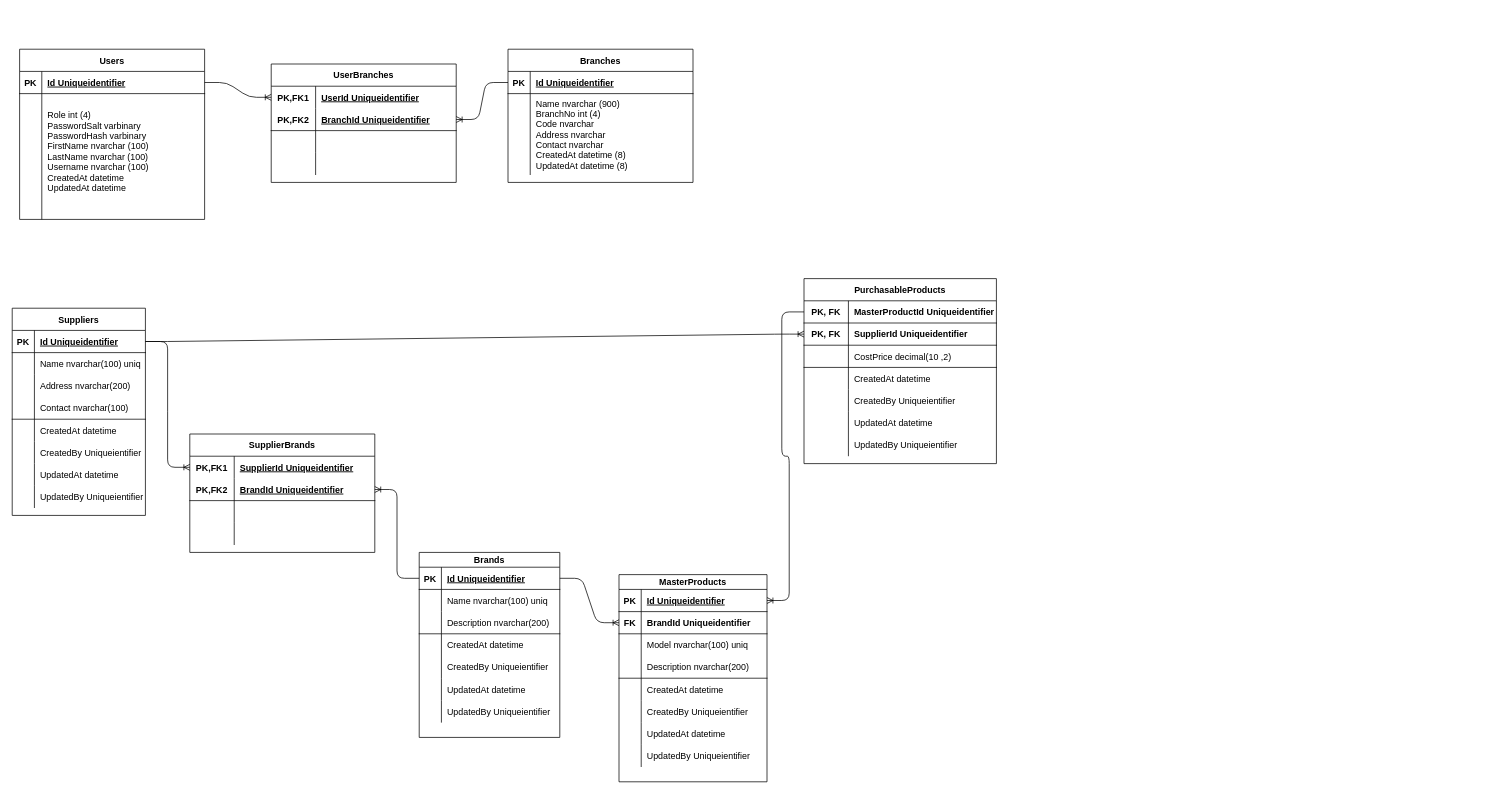
inyormanjr/CA.ERP keeps this draw.io diagram as diagrams/Database Diagram.drawio. Above is the earlier version. Source tidied: cells renumbered, new cells numbered last; positions are measured from the earlier drawing's top-left corner, leaving out a move shared by most shapes. Both pictures are drawn from the tidied source at 74%, with x=0, y=0 at pixel (12, 49).
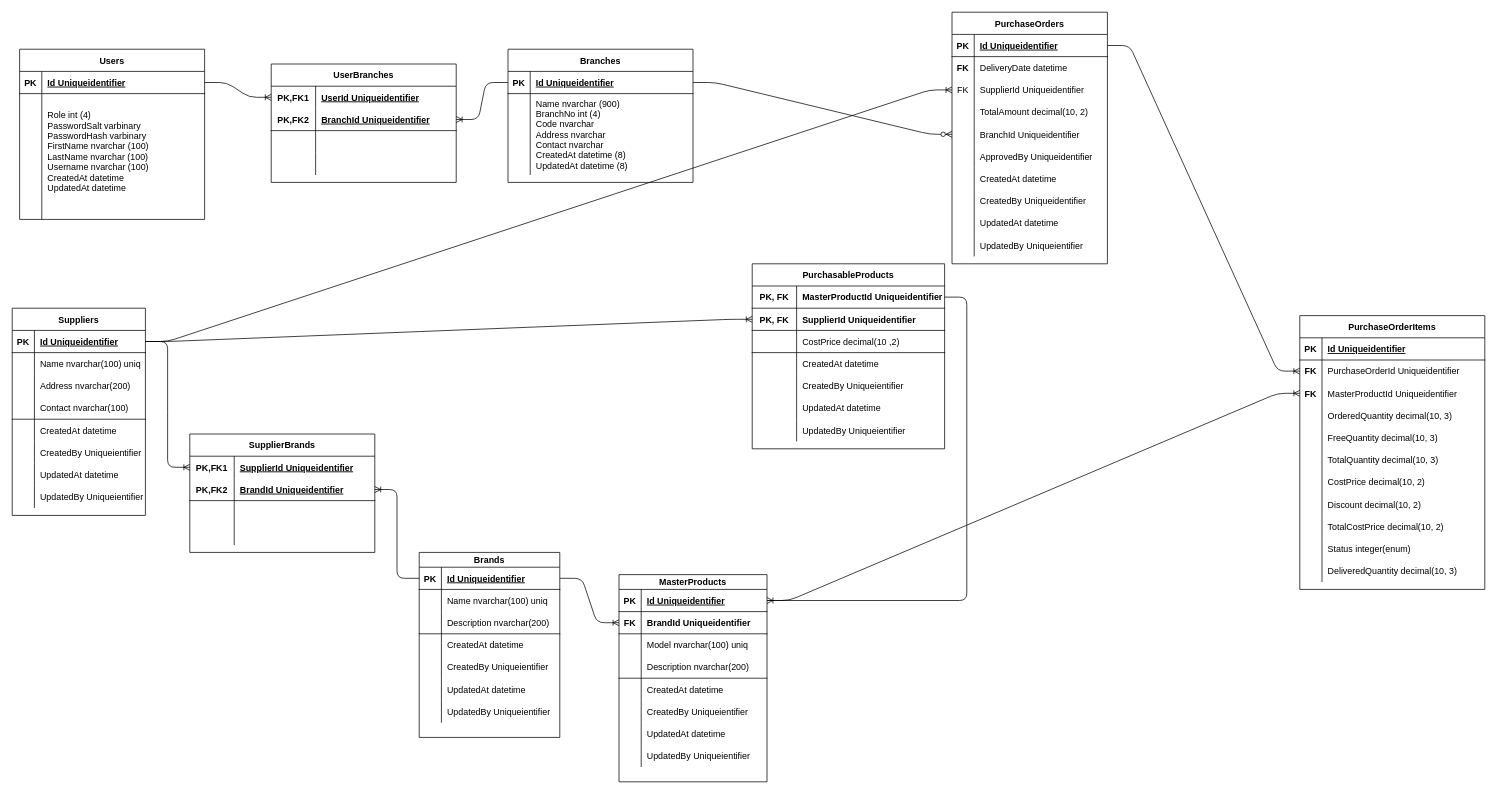
After the change.

Unchanged cells that the change refers to:
```xml
<mxCell id="3" style="shape=partialRectangle;fillColor=none;points=[[0,0.5],[1,0.5]];portConstraint=eastwest;top=0;left=0;right=0;bottom=1;" parent="2" vertex="1">
  <mxGeometry y="30" width="250" height="30" as="geometry" />
</mxCell>
<mxCell id="32" style="shape=partialRectangle;fillColor=none;top=0;left=0;bottom=1;right=0;points=[[0,0.5],[1,0.5]];portConstraint=eastwest;" parent="31" vertex="1">
  <mxGeometry y="30" width="180" height="30" as="geometry" />
</mxCell>
<mxCell id="117" style="shape=partialRectangle;fillColor=none;top=0;left=0;bottom=1;right=0;points=[[0,0.5],[1,0.5]];portConstraint=eastwest;" parent="116" vertex="1">
  <mxGeometry y="20" width="200" height="30" as="geometry" />
</mxCell>
```

Diff of the diagram source:
```diff
@@
     <mxCell id="78" value="PurchasableProducts" style="shape=table;startSize=30;childLayout=tableLayout;rowLines=0;fontStyle=1;align=center;" parent="1" vertex="1">
-      <mxGeometry x="1070" y="310" width="260" height="250" as="geometry" />
+      <mxGeometry x="1000" y="290" width="260" height="250" as="geometry" />
     </mxCell>
@@
+    <mxCell id="143" value="PurchaseOrders" style="shape=table;startSize=30;childLayout=tableLayout;rowLines=0;fontStyle=1;align=center;" parent="1" vertex="1">
+      <mxGeometry x="1270" y="-50" width="210" height="340" as="geometry" />
+    </mxCell>
+    <mxCell id="144" style="shape=partialRectangle;fillColor=none;top=0;left=0;bottom=1;right=0;points=[[0,0.5],[1,0.5]];portConstraint=eastwest;" parent="143" vertex="1">
+      <mxGeometry y="30" width="210" height="30" as="geometry" />
+    </mxCell>
+    <mxCell id="145" value="PK" style="shape=partialRectangle;fillColor=none;top=0;left=0;bottom=0;right=0;fontStyle=1;overflow=hidden;" parent="144" vertex="1">
+      <mxGeometry width="30" height="30" as="geometry" />
+    </mxCell>
+    <mxCell id="146" value="Id Uniqueidentifier" style="shape=partialRectangle;fillColor=none;top=0;left=0;bottom=0;right=0;align=left;spacingLeft=6;fontStyle=5;overflow=hidden;" parent="144" vertex="1">
+      <mxGeometry x="30" width="180" height="30" as="geometry" />
+    </mxCell>
+    <mxCell id="147" style="shape=partialRectangle;fillColor=none;top=0;left=0;bottom=0;right=0;" parent="143" vertex="1">
+      <mxGeometry y="60" width="210" height="30" as="geometry" />
+    </mxCell>
+    <mxCell id="148" value="FK" style="shape=partialRectangle;fillColor=none;top=0;left=0;bottom=0;right=0;overflow=hidden;fontStyle=1;" parent="147" vertex="1">
+      <mxGeometry width="30" height="30" as="geometry" />
+    </mxCell>
+    <mxCell id="149" value="DeliveryDate datetime" style="shape=partialRectangle;fillColor=none;top=0;left=0;bottom=0;right=0;align=left;spacingLeft=6;overflow=hidden;" parent="147" vertex="1">
+      <mxGeometry x="30" width="180" height="30" as="geometry" />
+    </mxCell>
+    <mxCell id="150" style="shape=partialRectangle;fillColor=none;top=0;left=0;bottom=0;right=0;points=[[0,0.5],[1,0.5]];portConstraint=eastwest;" parent="143" vertex="1">
+      <mxGeometry y="90" width="210" height="30" as="geometry" />
+    </mxCell>
+    <mxCell id="151" value="FK" style="shape=partialRectangle;fillColor=none;top=0;left=0;bottom=0;right=0;overflow=hidden;" parent="150" vertex="1">
+      <mxGeometry width="30" height="30" as="geometry" />
+    </mxCell>
+    <mxCell id="152" value="SupplierId Uniqueidentifier" style="shape=partialRectangle;fillColor=none;top=0;left=0;bottom=0;right=0;align=left;spacingLeft=6;overflow=hidden;" parent="150" vertex="1">
+      <mxGeometry x="30" width="180" height="30" as="geometry" />
+    </mxCell>
+    <mxCell id="153" style="shape=partialRectangle;fillColor=none;top=0;left=0;bottom=0;right=0;" parent="143" vertex="1">
+      <mxGeometry y="120" width="210" height="30" as="geometry" />
+    </mxCell>
+    <mxCell id="154" style="shape=partialRectangle;fillColor=none;top=0;left=0;bottom=0;right=0;overflow=hidden;" parent="153" vertex="1">
+      <mxGeometry width="30" height="30" as="geometry" />
+    </mxCell>
+    <mxCell id="155" value="TotalAmount decimal(10, 2)" style="shape=partialRectangle;fillColor=none;top=0;left=0;bottom=0;right=0;align=left;spacingLeft=6;overflow=hidden;" parent="153" vertex="1">
+      <mxGeometry x="30" width="180" height="30" as="geometry" />
+    </mxCell>
+    <mxCell id="156" style="shape=partialRectangle;fillColor=none;top=0;left=0;bottom=0;right=0;points=[[0,0.5],[1,0.5]];portConstraint=eastwest;" parent="143" vertex="1">
+      <mxGeometry y="150" width="210" height="30" as="geometry" />
+    </mxCell>
+    <mxCell id="157" style="shape=partialRectangle;fillColor=none;top=0;left=0;bottom=0;right=0;overflow=hidden;" parent="156" vertex="1">
+      <mxGeometry width="30" height="30" as="geometry" />
+    </mxCell>
+    <mxCell id="158" value="BranchId Uniqueidentifier" style="shape=partialRectangle;fillColor=none;top=0;left=0;bottom=0;right=0;align=left;spacingLeft=6;overflow=hidden;" parent="156" vertex="1">
+      <mxGeometry x="30" width="180" height="30" as="geometry" />
+    </mxCell>
+    <mxCell id="159" style="shape=partialRectangle;fillColor=none;top=0;left=0;bottom=0;right=0;" parent="143" vertex="1">
+      <mxGeometry y="180" width="210" height="30" as="geometry" />
+    </mxCell>
+    <mxCell id="160" style="shape=partialRectangle;fillColor=none;top=0;left=0;bottom=0;right=0;overflow=hidden;" parent="159" vertex="1">
+      <mxGeometry width="30" height="30" as="geometry" />
+    </mxCell>
+    <mxCell id="161" value="ApprovedBy Uniqueidentifier" style="shape=partialRectangle;fillColor=none;top=0;left=0;bottom=0;right=0;align=left;spacingLeft=6;overflow=hidden;" parent="159" vertex="1">
+      <mxGeometry x="30" width="180" height="30" as="geometry" />
+    </mxCell>
+    <mxCell id="162" style="shape=partialRectangle;fillColor=none;top=0;left=0;bottom=0;right=0;" parent="143" vertex="1">
+      <mxGeometry y="210" width="210" height="30" as="geometry" />
+    </mxCell>
+    <mxCell id="163" style="shape=partialRectangle;fillColor=none;top=0;left=0;bottom=0;right=0;overflow=hidden;" parent="162" vertex="1">
+      <mxGeometry width="30" height="30" as="geometry" />
+    </mxCell>
+    <mxCell id="164" value="CreatedAt datetime" style="shape=partialRectangle;fillColor=none;top=0;left=0;bottom=0;right=0;align=left;spacingLeft=6;overflow=hidden;" parent="162" vertex="1">
+      <mxGeometry x="30" width="180" height="30" as="geometry" />
+    </mxCell>
+    <mxCell id="165" style="shape=partialRectangle;fillColor=none;top=0;left=0;bottom=0;right=0;" parent="143" vertex="1">
+      <mxGeometry y="240" width="210" height="30" as="geometry" />
+    </mxCell>
+    <mxCell id="166" style="shape=partialRectangle;fillColor=none;top=0;left=0;bottom=0;right=0;overflow=hidden;" parent="165" vertex="1">
+      <mxGeometry width="30" height="30" as="geometry" />
+    </mxCell>
+    <mxCell id="167" value="CreatedBy Uniqueidentifier" style="shape=partialRectangle;fillColor=none;top=0;left=0;bottom=0;right=0;align=left;spacingLeft=6;overflow=hidden;" parent="165" vertex="1">
+      <mxGeometry x="30" width="180" height="30" as="geometry" />
+    </mxCell>
+    <mxCell id="168" style="shape=partialRectangle;fillColor=none;top=0;left=0;bottom=0;right=0;" parent="143" vertex="1">
+      <mxGeometry y="270" width="210" height="30" as="geometry" />
+    </mxCell>
+    <mxCell id="169" style="shape=partialRectangle;fillColor=none;top=0;left=0;bottom=0;right=0;overflow=hidden;" parent="168" vertex="1">
+      <mxGeometry width="30" height="30" as="geometry" />
+    </mxCell>
+    <mxCell id="170" value="UpdatedAt datetime" style="shape=partialRectangle;fillColor=none;top=0;left=0;bottom=0;right=0;align=left;spacingLeft=6;overflow=hidden;" parent="168" vertex="1">
+      <mxGeometry x="30" width="180" height="30" as="geometry" />
+    </mxCell>
+    <mxCell id="171" style="shape=partialRectangle;fillColor=none;top=0;left=0;bottom=0;right=0;" parent="143" vertex="1">
+      <mxGeometry y="300" width="210" height="30" as="geometry" />
+    </mxCell>
+    <mxCell id="172" style="shape=partialRectangle;fillColor=none;top=0;left=0;bottom=0;right=0;overflow=hidden;" parent="171" vertex="1">
+      <mxGeometry width="30" height="30" as="geometry" />
+    </mxCell>
+    <mxCell id="173" value="UpdatedBy Uniqueientifier" style="shape=partialRectangle;fillColor=none;top=0;left=0;bottom=0;right=0;align=left;spacingLeft=6;overflow=hidden;" parent="171" vertex="1">
+      <mxGeometry x="30" width="180" height="30" as="geometry" />
+    </mxCell>
+    <mxCell id="174" style="edgeStyle=entityRelationEdgeStyle;fontSize=12;html=1;endArrow=ERzeroToMany;endFill=1;" parent="1" edge="1" source="3" target="156">
+      <mxGeometry relative="1" as="geometry" />
+    </mxCell>
+    <mxCell id="175" style="edgeStyle=entityRelationEdgeStyle;fontSize=12;html=1;endArrow=ERoneToMany;" parent="1" edge="1" source="32" target="150">
+      <mxGeometry relative="1" as="geometry" />
+    </mxCell>
+    <mxCell id="176" value="PurchaseOrderItems" style="shape=table;startSize=30;childLayout=tableLayout;rowLines=0;fontStyle=1;align=center;" parent="1" vertex="1">
+      <mxGeometry x="1740" y="360" width="250" height="370" as="geometry" />
+    </mxCell>
+    <mxCell id="177" style="shape=partialRectangle;fillColor=none;top=0;left=0;bottom=1;right=0;" parent="176" vertex="1">
+      <mxGeometry y="30" width="250" height="30" as="geometry" />
+    </mxCell>
+    <mxCell id="178" value="PK" style="shape=partialRectangle;fillColor=none;top=0;left=0;bottom=0;right=0;fontStyle=1;overflow=hidden;" parent="177" vertex="1">
+      <mxGeometry width="30" height="30" as="geometry" />
+    </mxCell>
+    <mxCell id="179" value="Id Uniqueidentifier" style="shape=partialRectangle;fillColor=none;top=0;left=0;bottom=0;right=0;align=left;spacingLeft=6;fontStyle=5;overflow=hidden;" parent="177" vertex="1">
+      <mxGeometry x="30" width="220" height="30" as="geometry" />
+    </mxCell>
+    <mxCell id="180" style="shape=partialRectangle;fillColor=none;top=0;left=0;bottom=0;right=0;points=[[0,0.5],[1,0.5]];portConstraint=eastwest;" parent="176" vertex="1">
+      <mxGeometry y="60" width="250" height="30" as="geometry" />
+    </mxCell>
+    <mxCell id="181" value="FK" style="shape=partialRectangle;fillColor=none;top=0;left=0;bottom=0;right=0;overflow=hidden;fontStyle=1;" parent="180" vertex="1">
+      <mxGeometry width="30" height="30" as="geometry" />
+    </mxCell>
+    <mxCell id="182" value="PurchaseOrderId Uniqueidentifier" style="shape=partialRectangle;fillColor=none;top=0;left=0;bottom=0;right=0;align=left;spacingLeft=6;overflow=hidden;" parent="180" vertex="1">
+      <mxGeometry x="30" width="220" height="30" as="geometry" />
+    </mxCell>
+    <mxCell id="183" style="shape=partialRectangle;fillColor=none;top=0;left=0;bottom=0;right=0;points=[[0,0.5],[1,0.5]];portConstraint=eastwest;" parent="176" vertex="1">
+      <mxGeometry y="90" width="250" height="30" as="geometry" />
+    </mxCell>
+    <mxCell id="184" value="FK" style="shape=partialRectangle;fillColor=none;top=0;left=0;bottom=0;right=0;overflow=hidden;fontStyle=1;" parent="183" vertex="1">
+      <mxGeometry width="30" height="30" as="geometry" />
+    </mxCell>
+    <mxCell id="185" value="MasterProductId Uniqueidentifier" style="shape=partialRectangle;fillColor=none;top=0;left=0;bottom=0;right=0;align=left;spacingLeft=6;overflow=hidden;" parent="183" vertex="1">
+      <mxGeometry x="30" width="220" height="30" as="geometry" />
+    </mxCell>
+    <mxCell id="186" style="shape=partialRectangle;fillColor=none;top=0;left=0;bottom=0;right=0;" parent="176" vertex="1">
+      <mxGeometry y="120" width="250" height="30" as="geometry" />
+    </mxCell>
+    <mxCell id="187" style="shape=partialRectangle;fillColor=none;top=0;left=0;bottom=0;right=0;overflow=hidden;" parent="186" vertex="1">
+      <mxGeometry width="30" height="30" as="geometry" />
+    </mxCell>
+    <mxCell id="188" value="OrderedQuantity decimal(10, 3)" style="shape=partialRectangle;fillColor=none;top=0;left=0;bottom=0;right=0;align=left;spacingLeft=6;overflow=hidden;" parent="186" vertex="1">
+      <mxGeometry x="30" width="220" height="30" as="geometry" />
+    </mxCell>
+    <mxCell id="189" style="shape=partialRectangle;fillColor=none;top=0;left=0;bottom=0;right=0;" parent="176" vertex="1">
+      <mxGeometry y="150" width="250" height="30" as="geometry" />
+    </mxCell>
+    <mxCell id="190" style="shape=partialRectangle;fillColor=none;top=0;left=0;bottom=0;right=0;overflow=hidden;" parent="189" vertex="1">
+      <mxGeometry width="30" height="30" as="geometry" />
+    </mxCell>
+    <mxCell id="191" value="FreeQuantity decimal(10, 3)" style="shape=partialRectangle;fillColor=none;top=0;left=0;bottom=0;right=0;align=left;spacingLeft=6;overflow=hidden;" parent="189" vertex="1">
+      <mxGeometry x="30" width="220" height="30" as="geometry" />
+    </mxCell>
+    <mxCell id="192" style="shape=partialRectangle;fillColor=none;top=0;left=0;bottom=0;right=0;" parent="176" vertex="1">
+      <mxGeometry y="180" width="250" height="30" as="geometry" />
+    </mxCell>
+    <mxCell id="193" style="shape=partialRectangle;fillColor=none;top=0;left=0;bottom=0;right=0;overflow=hidden;" parent="192" vertex="1">
+      <mxGeometry width="30" height="30" as="geometry" />
+    </mxCell>
+    <mxCell id="194" value="TotalQuantity decimal(10, 3)" style="shape=partialRectangle;fillColor=none;top=0;left=0;bottom=0;right=0;align=left;spacingLeft=6;overflow=hidden;" parent="192" vertex="1">
+      <mxGeometry x="30" width="220" height="30" as="geometry" />
+    </mxCell>
+    <mxCell id="195" style="shape=partialRectangle;fillColor=none;top=0;left=0;bottom=0;right=0;" parent="176" vertex="1">
+      <mxGeometry y="210" width="250" height="30" as="geometry" />
+    </mxCell>
+    <mxCell id="196" style="shape=partialRectangle;fillColor=none;top=0;left=0;bottom=0;right=0;overflow=hidden;" parent="195" vertex="1">
+      <mxGeometry width="30" height="30" as="geometry" />
+    </mxCell>
+    <mxCell id="197" value="CostPrice decimal(10, 2)" style="shape=partialRectangle;fillColor=none;top=0;left=0;bottom=0;right=0;align=left;spacingLeft=6;overflow=hidden;" parent="195" vertex="1">
+      <mxGeometry x="30" width="220" height="30" as="geometry" />
+    </mxCell>
+    <mxCell id="198" style="shape=partialRectangle;fillColor=none;top=0;left=0;bottom=0;right=0;" parent="176" vertex="1">
+      <mxGeometry y="240" width="250" height="30" as="geometry" />
+    </mxCell>
+    <mxCell id="199" style="shape=partialRectangle;fillColor=none;top=0;left=0;bottom=0;right=0;overflow=hidden;" parent="198" vertex="1">
+      <mxGeometry width="30" height="30" as="geometry" />
+    </mxCell>
+    <mxCell id="200" value="Discount decimal(10, 2)" style="shape=partialRectangle;fillColor=none;top=0;left=0;bottom=0;right=0;align=left;spacingLeft=6;overflow=hidden;" parent="198" vertex="1">
+      <mxGeometry x="30" width="220" height="30" as="geometry" />
+    </mxCell>
+    <mxCell id="201" style="shape=partialRectangle;fillColor=none;top=0;left=0;bottom=0;right=0;" parent="176" vertex="1">
+      <mxGeometry y="270" width="250" height="30" as="geometry" />
+    </mxCell>
+    <mxCell id="202" style="shape=partialRectangle;fillColor=none;top=0;left=0;bottom=0;right=0;overflow=hidden;" parent="201" vertex="1">
+      <mxGeometry width="30" height="30" as="geometry" />
+    </mxCell>
+    <mxCell id="203" value="TotalCostPrice decimal(10, 2)" style="shape=partialRectangle;fillColor=none;top=0;left=0;bottom=0;right=0;align=left;spacingLeft=6;overflow=hidden;" parent="201" vertex="1">
+      <mxGeometry x="30" width="220" height="30" as="geometry" />
+    </mxCell>
+    <mxCell id="204" style="shape=partialRectangle;fillColor=none;top=0;left=0;bottom=0;right=0;" parent="176" vertex="1">
+      <mxGeometry y="300" width="250" height="30" as="geometry" />
+    </mxCell>
+    <mxCell id="205" style="shape=partialRectangle;fillColor=none;top=0;left=0;bottom=0;right=0;overflow=hidden;" parent="204" vertex="1">
+      <mxGeometry width="30" height="30" as="geometry" />
+    </mxCell>
+    <mxCell id="206" value="Status integer(enum)" style="shape=partialRectangle;fillColor=none;top=0;left=0;bottom=0;right=0;align=left;spacingLeft=6;overflow=hidden;" parent="204" vertex="1">
+      <mxGeometry x="30" width="220" height="30" as="geometry" />
+    </mxCell>
+    <mxCell id="207" style="shape=partialRectangle;fillColor=none;top=0;left=0;bottom=0;right=0;" parent="176" vertex="1">
+      <mxGeometry y="330" width="250" height="30" as="geometry" />
+    </mxCell>
+    <mxCell id="208" style="shape=partialRectangle;fillColor=none;top=0;left=0;bottom=0;right=0;overflow=hidden;" parent="207" vertex="1">
+      <mxGeometry width="30" height="30" as="geometry" />
+    </mxCell>
+    <mxCell id="209" value="DeliveredQuantity decimal(10, 3)" style="shape=partialRectangle;fillColor=none;top=0;left=0;bottom=0;right=0;align=left;spacingLeft=6;overflow=hidden;" parent="207" vertex="1">
+      <mxGeometry x="30" width="220" height="30" as="geometry" />
+    </mxCell>
+    <mxCell id="210" style="edgeStyle=entityRelationEdgeStyle;fontSize=12;html=1;endArrow=ERoneToMany;" parent="1" edge="1" source="144" target="180">
+      <mxGeometry relative="1" as="geometry" />
+    </mxCell>
+    <mxCell id="211" style="edgeStyle=entityRelationEdgeStyle;fontSize=12;html=1;endArrow=ERoneToMany;jumpStyle=none;" parent="1" edge="1" source="117" target="183">
+      <mxGeometry relative="1" as="geometry" />
+    </mxCell>
```
